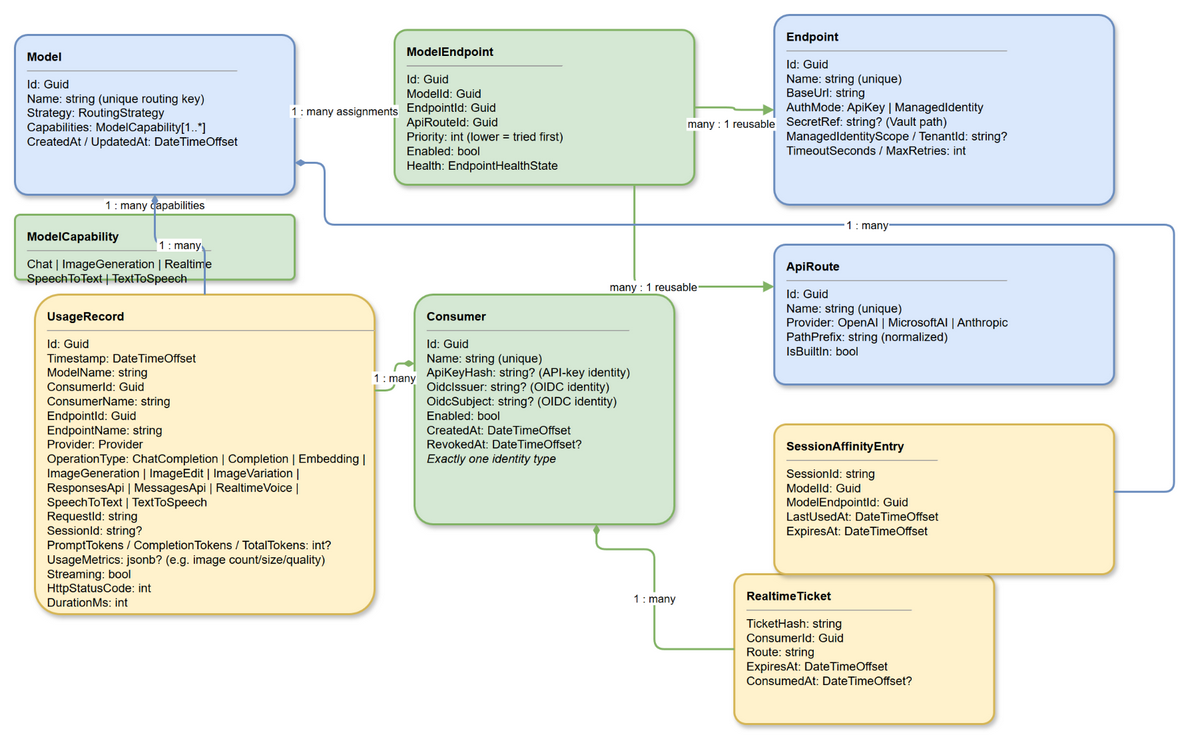
This is specs/architecture/diagrams/02-domain-model.png from azureholic/AIProxyPlus, a draw.io export, as it was before one commit. Source tidied: cells renumbered, new cells last; positions are measured from the earlier drawing's top-left corner, leaving out a move shared by most shapes.
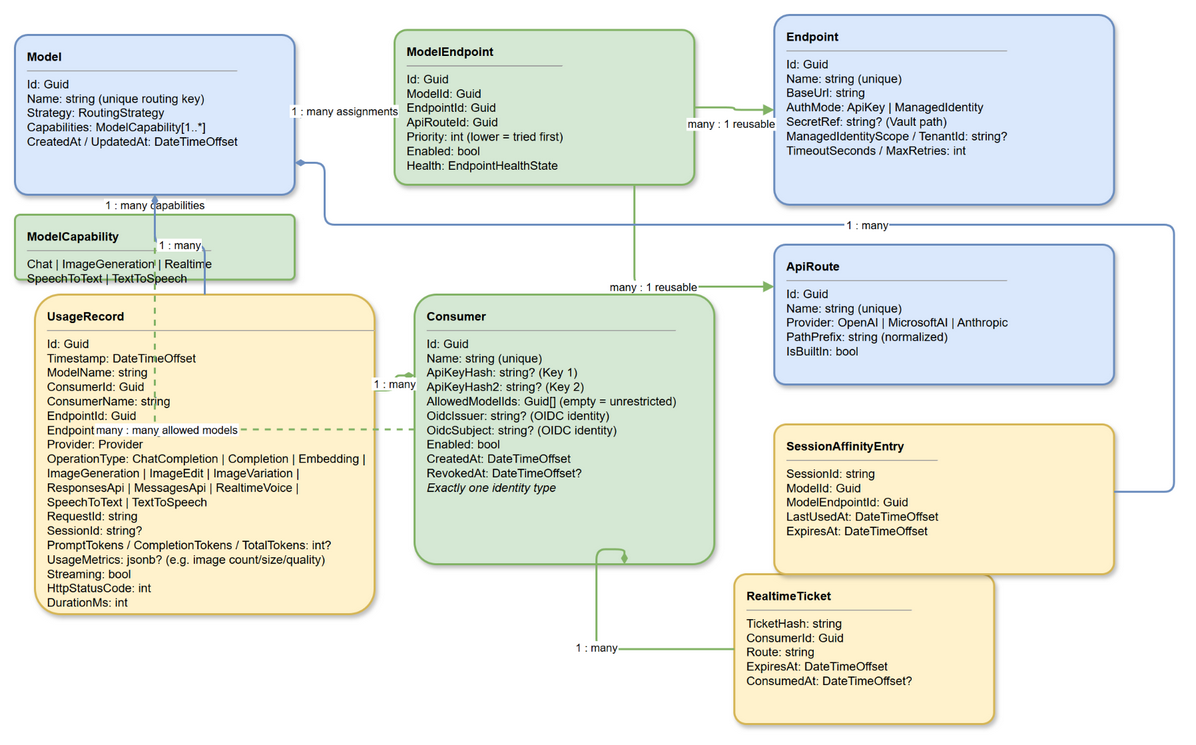
After the commit.

The edit, as a diff of the source:
```diff
@@ -20,8 +20,8 @@
     <mxCell id="7" value="&lt;b&gt;UsageRecord&lt;/b&gt;&lt;hr size=1&gt;Id: Guid&lt;br&gt;Timestamp: DateTimeOffset&lt;br&gt;ModelName: string&lt;br&gt;ConsumerId: Guid&lt;br&gt;ConsumerName: string&lt;br&gt;EndpointId: Guid&lt;br&gt;EndpointName: string&lt;br&gt;Provider: Provider&lt;br&gt;OperationType: ChatCompletion | Completion | Embedding | ImageGeneration | ImageEdit | ImageVariation | ResponsesApi | MessagesApi | RealtimeVoice | SpeechToText | TextToSpeech&lt;br&gt;RequestId: string&lt;br&gt;SessionId: string?&lt;br&gt;PromptTokens / CompletionTokens / TotalTokens: int?&lt;br&gt;UsageMetrics: jsonb? (e.g. image count/size/quality)&lt;br&gt;Streaming: bool&lt;br&gt;HttpStatusCode: int&lt;br&gt;DurationMs: int" style="rounded=1;whiteSpace=wrap;html=1;fillColor=#fff2cc;strokeColor=#d6b656;strokeWidth=2;arcSize=8;shadow=1;align=left;verticalAlign=top;spacingLeft=10;spacingTop=8;fontSize=12;" parent="1" vertex="1">
       <mxGeometry x="20" y="280" width="340" height="320" as="geometry" />
     </mxCell>
-    <mxCell id="8" value="&lt;b&gt;Consumer&lt;/b&gt;&lt;hr size=1&gt;Id: Guid&lt;br&gt;Name: string (unique)&lt;br&gt;ApiKeyHash: string? (API-key identity)&lt;br&gt;OidcIssuer: string? (OIDC identity)&lt;br&gt;OidcSubject: string? (OIDC identity)&lt;br&gt;Enabled: bool&lt;br&gt;CreatedAt: DateTimeOffset&lt;br&gt;RevokedAt: DateTimeOffset?&lt;br&gt;&lt;i&gt;Exactly one identity type&lt;/i&gt;" style="rounded=1;whiteSpace=wrap;html=1;fillColor=#d5e8d4;strokeColor=#82b366;strokeWidth=2;arcSize=8;shadow=1;align=left;verticalAlign=top;spacingLeft=10;spacingTop=8;fontSize=12;" parent="1" vertex="1">
-      <mxGeometry x="400" y="280" width="260" height="230" as="geometry" />
+    <mxCell id="8" value="&lt;b&gt;Consumer&lt;/b&gt;&lt;hr size=1&gt;Id: Guid&lt;br&gt;Name: string (unique)&lt;br&gt;ApiKeyHash: string? (Key 1)&lt;br&gt;ApiKeyHash2: string? (Key 2)&lt;br&gt;AllowedModelIds: Guid[] (empty = unrestricted)&lt;br&gt;OidcIssuer: string? (OIDC identity)&lt;br&gt;OidcSubject: string? (OIDC identity)&lt;br&gt;Enabled: bool&lt;br&gt;CreatedAt: DateTimeOffset&lt;br&gt;RevokedAt: DateTimeOffset?&lt;br&gt;&lt;i&gt;Exactly one identity type&lt;/i&gt;" style="rounded=1;whiteSpace=wrap;html=1;fillColor=#d5e8d4;strokeColor=#82b366;strokeWidth=2;arcSize=8;shadow=1;align=left;verticalAlign=top;spacingLeft=10;spacingTop=8;fontSize=12;" parent="1" vertex="1">
+      <mxGeometry x="400" y="280" width="300" height="270" as="geometry" />
     </mxCell>
     <mxCell id="9" value="&lt;b&gt;RealtimeTicket&lt;/b&gt;&lt;hr size=1&gt;TicketHash: string&lt;br&gt;ConsumerId: Guid&lt;br&gt;Route: string&lt;br&gt;ExpiresAt: DateTimeOffset&lt;br&gt;ConsumedAt: DateTimeOffset?" style="rounded=1;whiteSpace=wrap;html=1;fillColor=#fff2cc;strokeColor=#d6b656;strokeWidth=2;arcSize=8;shadow=1;align=left;verticalAlign=top;spacingLeft=10;spacingTop=8;fontSize=12;" parent="1" vertex="1">
       <mxGeometry x="720" y="560" width="260" height="150" as="geometry" />
@@ -35,6 +35,9 @@
     <mxCell id="12" value="1 : many capabilities" style="edgeStyle=orthogonalEdgeStyle;rounded=1;strokeColor=#82b366;strokeWidth=2;fontSize=11;startArrow=diamondThin;startFill=1;endArrow=none;labelBackgroundColor=#ffffff;" parent="1" edge="1" source="2" target="3">
       <mxGeometry relative="1" as="geometry" />
     </mxCell>
+    <mxCell id="19" value="many : many allowed models" style="edgeStyle=orthogonalEdgeStyle;rounded=1;dashed=1;strokeColor=#82b366;strokeWidth=2;fontSize=11;startArrow=none;endArrow=none;labelBackgroundColor=#ffffff;" parent="1" edge="1" source="8" target="2">
+      <mxGeometry relative="1" as="geometry" />
+    </mxCell>
     <mxCell id="13" value="many : 1 reusable" style="edgeStyle=orthogonalEdgeStyle;rounded=1;strokeColor=#82b366;strokeWidth=2;fontSize=11;startArrow=none;endArrow=block;endFill=1;labelBackgroundColor=#ffffff;" parent="1" edge="1" source="4" target="5">
       <mxGeometry x="-0.1" y="-16" relative="1" as="geometry" />
     </mxCell>
```
